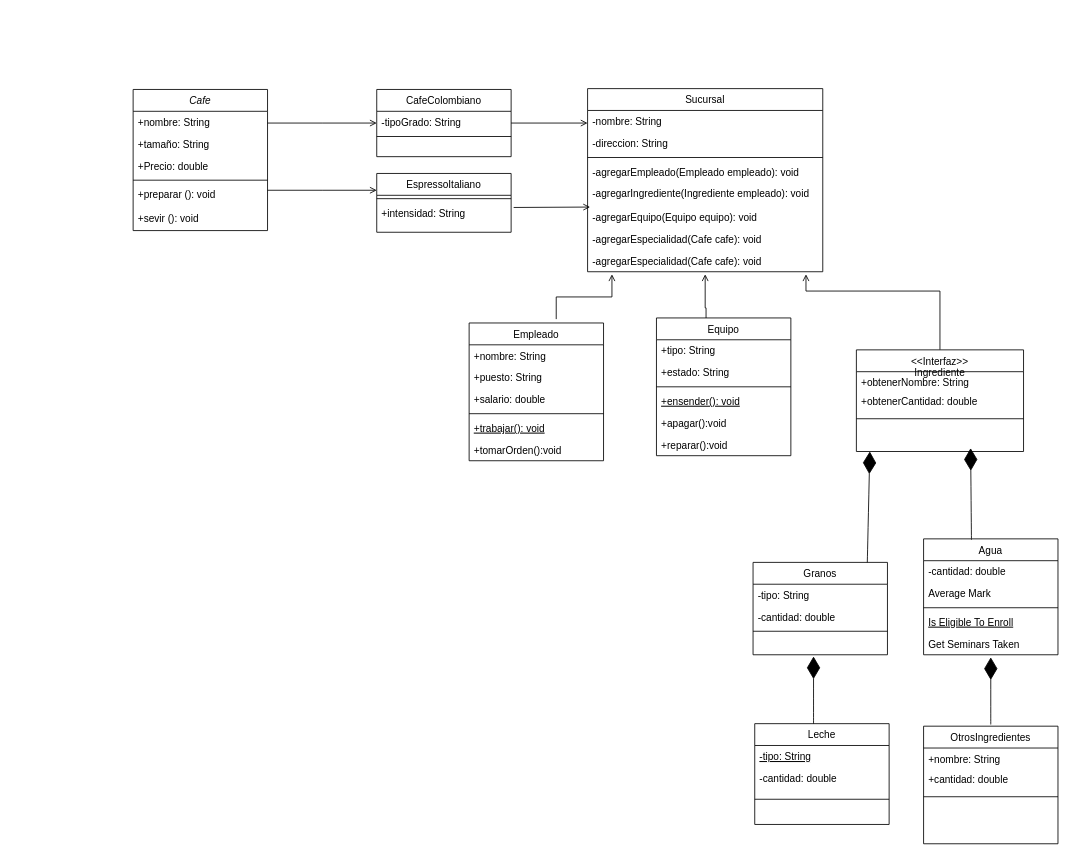
Before: CadenasCafeterias/DiagramaTarea2Cafe.drawio in EnmaRamirez/PROGRAMACION-II2024, a draw.io diagram. Source tidied: cells renumbered, new cells numbered last; positions are measured from the earlier drawing's top-left corner, leaving out a move shared by most shapes. Both pictures are drawn from the tidied source at 84%, with x=0, y=0 at pixel (133, 88).
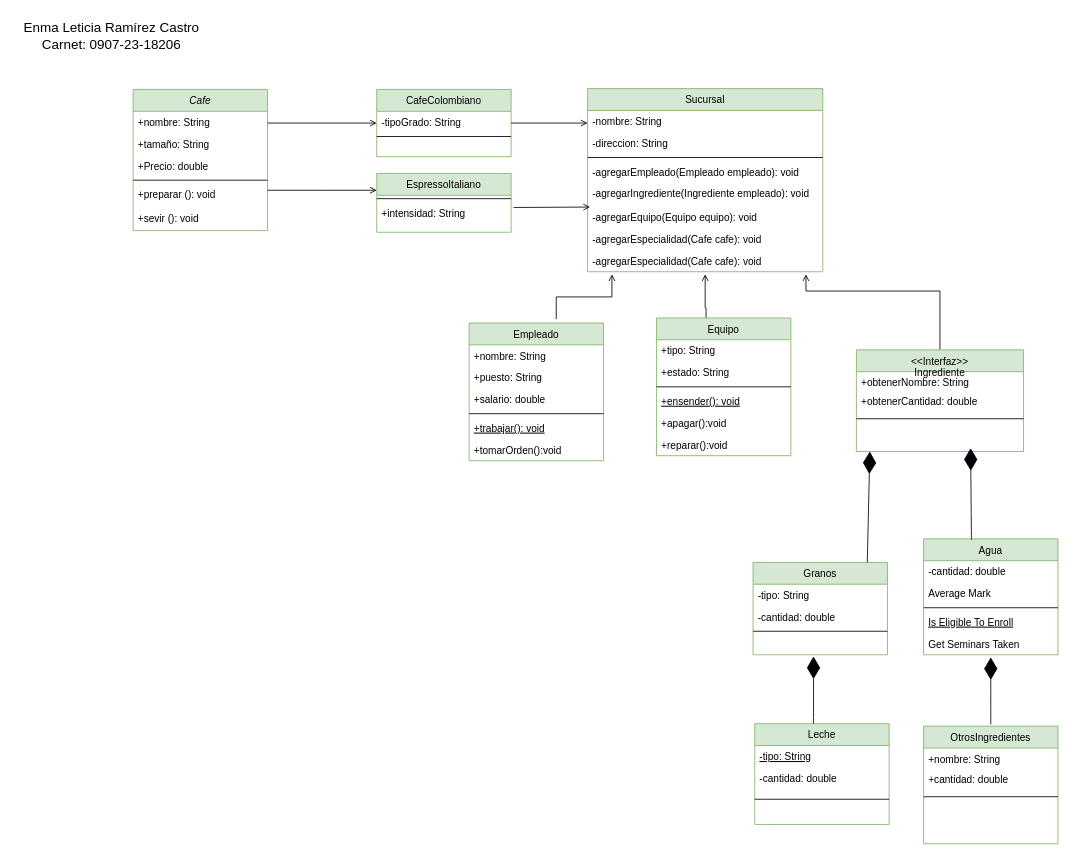
The same diagram, later.

Diff of the diagram source:
```diff
@@
-    <mxCell id="2" value="Cafe" style="swimlane;fontStyle=2;align=center;verticalAlign=top;horizontal=1;startSize=26;rounded=0;shadow=0;strokeWidth=1;" parent="1" vertex="1">
+    <mxCell id="2" value="Cafe" style="swimlane;fontStyle=2;align=center;verticalAlign=top;horizontal=1;startSize=26;rounded=0;shadow=0;strokeWidth=1;fillColor=#d5e8d4;strokeColor=#82b366;" parent="1" vertex="1">
       <mxGeometry y="1" width="160" height="168" as="geometry" />
     </mxCell>
@@
-    <mxCell id="9" value="CafeColombiano" style="swimlane;fontStyle=0;align=center;verticalAlign=top;horizontal=1;startSize=26;rounded=0;shadow=0;strokeWidth=1;" parent="1" vertex="1">
+    <mxCell id="9" value="CafeColombiano" style="swimlane;fontStyle=0;align=center;verticalAlign=top;horizontal=1;startSize=26;rounded=0;shadow=0;strokeWidth=1;fillColor=#d5e8d4;strokeColor=#82b366;" parent="1" vertex="1">
       <mxGeometry x="290" y="1" width="160" height="80" as="geometry" />
     </mxCell>
@@
-    <mxCell id="13" value="EspressoItaliano" style="swimlane;fontStyle=0;align=center;verticalAlign=top;horizontal=1;startSize=26;rounded=0;shadow=0;strokeWidth=1;" parent="1" vertex="1">
+    <mxCell id="13" value="EspressoItaliano" style="swimlane;fontStyle=0;align=center;verticalAlign=top;horizontal=1;startSize=26;rounded=0;shadow=0;strokeWidth=1;fillColor=#d5e8d4;strokeColor=#82b366;" parent="1" vertex="1">
       <mxGeometry x="290" y="101" width="160" height="70" as="geometry" />
     </mxCell>
@@
-    <mxCell id="17" value="Sucursal" style="swimlane;fontStyle=0;align=center;verticalAlign=top;horizontal=1;startSize=26;rounded=0;shadow=0;strokeWidth=1;" parent="1" vertex="1">
+    <mxCell id="17" value="Sucursal" style="swimlane;fontStyle=0;align=center;verticalAlign=top;horizontal=1;startSize=26;rounded=0;shadow=0;strokeWidth=1;fillColor=#d5e8d4;strokeColor=#82b366;" parent="1" vertex="1">
       <mxGeometry x="541" width="280" height="218" as="geometry" />
     </mxCell>
@@
-    <mxCell id="28" value="Empleado" style="swimlane;fontStyle=0;align=center;verticalAlign=top;horizontal=1;startSize=26;rounded=0;shadow=0;strokeWidth=1;" parent="1" vertex="1">
+    <mxCell id="28" value="Empleado" style="swimlane;fontStyle=0;align=center;verticalAlign=top;horizontal=1;startSize=26;rounded=0;shadow=0;strokeWidth=1;fillColor=#d5e8d4;strokeColor=#82b366;" parent="1" vertex="1">
       <mxGeometry x="400" y="279" width="160" height="164" as="geometry" />
     </mxCell>
@@
-    <mxCell id="35" value="Equipo" style="swimlane;fontStyle=0;align=center;verticalAlign=top;horizontal=1;startSize=26;rounded=0;shadow=0;strokeWidth=1;" parent="1" vertex="1">
+    <mxCell id="35" value="Equipo" style="swimlane;fontStyle=0;align=center;verticalAlign=top;horizontal=1;startSize=26;rounded=0;shadow=0;strokeWidth=1;fillColor=#d5e8d4;strokeColor=#82b366;" parent="1" vertex="1">
       <mxGeometry x="623" y="273" width="160" height="164" as="geometry" />
     </mxCell>
@@
-    <mxCell id="42" value="&lt;&lt;Interfaz&gt;&gt;&#10;Ingrediente" style="swimlane;fontStyle=0;align=center;verticalAlign=top;horizontal=1;startSize=26;rounded=0;shadow=0;strokeWidth=1;" parent="1" vertex="1">
+    <mxCell id="42" value="&lt;&lt;Interfaz&gt;&gt;&#10;Ingrediente" style="swimlane;fontStyle=0;align=center;verticalAlign=top;horizontal=1;startSize=26;rounded=0;shadow=0;strokeWidth=1;fillColor=#d5e8d4;strokeColor=#82b366;" parent="1" vertex="1">
       <mxGeometry x="861" y="311" width="199" height="121" as="geometry" />
     </mxCell>
@@
-    <mxCell id="46" value="Leche" style="swimlane;fontStyle=0;align=center;verticalAlign=top;horizontal=1;startSize=26;rounded=0;shadow=0;strokeWidth=1;" parent="1" vertex="1">
+    <mxCell id="46" value="Leche" style="swimlane;fontStyle=0;align=center;verticalAlign=top;horizontal=1;startSize=26;rounded=0;shadow=0;strokeWidth=1;fillColor=#d5e8d4;strokeColor=#82b366;" parent="1" vertex="1">
       <mxGeometry x="740" y="756" width="160" height="120" as="geometry" />
     </mxCell>
@@
-    <mxCell id="50" value="Granos" style="swimlane;fontStyle=0;align=center;verticalAlign=top;horizontal=1;startSize=26;rounded=0;shadow=0;strokeWidth=1;" parent="1" vertex="1">
+    <mxCell id="50" value="Granos" style="swimlane;fontStyle=0;align=center;verticalAlign=top;horizontal=1;startSize=26;rounded=0;shadow=0;strokeWidth=1;fillColor=#d5e8d4;strokeColor=#82b366;" parent="1" vertex="1">
       <mxGeometry x="738" y="564" width="160" height="110" as="geometry" />
     </mxCell>
@@
-    <mxCell id="54" value="Agua" style="swimlane;fontStyle=0;align=center;verticalAlign=top;horizontal=1;startSize=26;rounded=0;shadow=0;strokeWidth=1;" parent="1" vertex="1">
+    <mxCell id="54" value="Agua" style="swimlane;fontStyle=0;align=center;verticalAlign=top;horizontal=1;startSize=26;rounded=0;shadow=0;strokeWidth=1;fillColor=#d5e8d4;strokeColor=#82b366;" parent="1" vertex="1">
       <mxGeometry x="941" y="536" width="160" height="138" as="geometry" />
     </mxCell>
@@
-    <mxCell id="60" value="OtrosIngredientes" style="swimlane;fontStyle=0;align=center;verticalAlign=top;horizontal=1;startSize=26;rounded=0;shadow=0;strokeWidth=1;" parent="1" vertex="1">
+    <mxCell id="60" value="OtrosIngredientes" style="swimlane;fontStyle=0;align=center;verticalAlign=top;horizontal=1;startSize=26;rounded=0;shadow=0;strokeWidth=1;fillColor=#d5e8d4;strokeColor=#82b366;" parent="1" vertex="1">
       <mxGeometry x="941" y="759" width="160" height="140" as="geometry" />
     </mxCell>
@@
+    <mxCell id="71" value="Enma Leticia Ramírez Castro&lt;div&gt;Carnet: 0907-23-18206&lt;/div&gt;" style="text;html=1;align=center;verticalAlign=middle;strokeColor=none;fillColor=none;fontSize=16;" parent="1" vertex="1">
+      <mxGeometry x="-141" y="-88" width="230" height="50" as="geometry" />
+    </mxCell>
```
